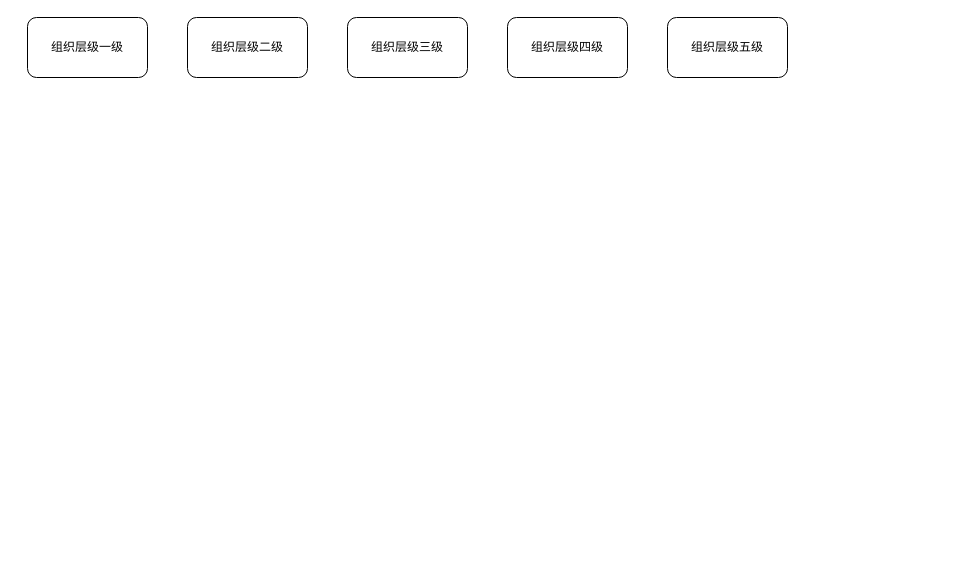
The draw.io diagram 组织层级.drawio in hmh38324/diagrams, before the edit. Source tidied: cells renumbered, new cells numbered last; positions are measured from the earlier drawing's top-left corner, leaving out a move shared by most shapes. Both pictures are drawn from the tidied source at 100%, with x=0, y=0 at pixel (27, 17).
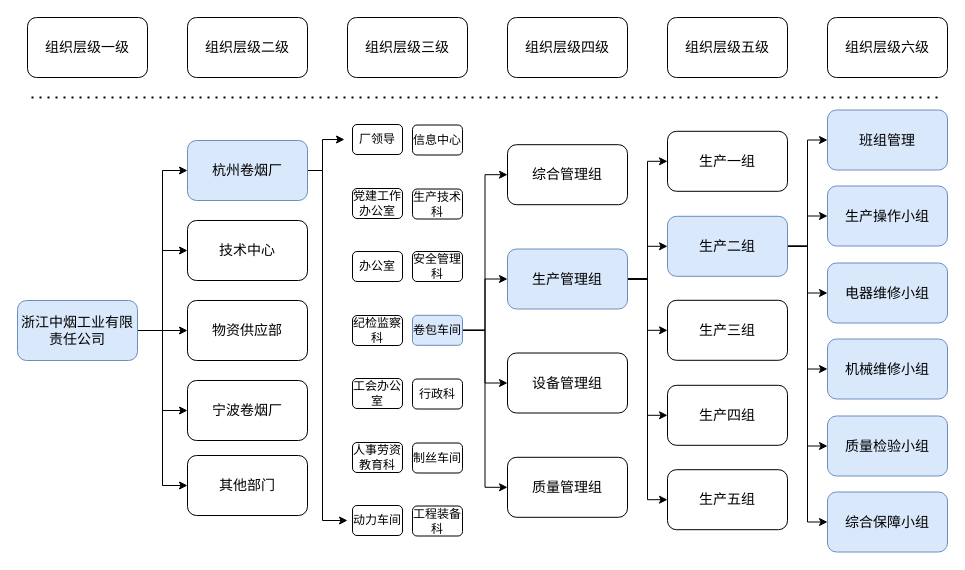
Above is the later version.

Commit message:
更新组织层级.drawio

What changed in the source:
```diff
@@
-    <mxCell id="2" value="组织层级一级" style="rounded=1;whiteSpace=wrap;html=1;" parent="1" vertex="1">
+    <mxCell id="2" value="组织层级一级" style="rounded=1;whiteSpace=wrap;html=1;fontSize=14;" parent="1" vertex="1">
       <mxGeometry width="120" height="60" as="geometry" />
     </mxCell>
-    <mxCell id="3" value="组织层级二级" style="rounded=1;whiteSpace=wrap;html=1;" parent="1" vertex="1">
+    <mxCell id="3" value="组织层级二级" style="rounded=1;whiteSpace=wrap;html=1;fontSize=14;" parent="1" vertex="1">
       <mxGeometry x="160" width="120" height="60" as="geometry" />
     </mxCell>
-    <mxCell id="4" value="组织层级三级" style="rounded=1;whiteSpace=wrap;html=1;" parent="1" vertex="1">
+    <mxCell id="4" value="组织层级三级" style="rounded=1;whiteSpace=wrap;html=1;fontSize=14;" parent="1" vertex="1">
       <mxGeometry x="320" width="120" height="60" as="geometry" />
     </mxCell>
-    <mxCell id="5" value="组织层级四级" style="rounded=1;whiteSpace=wrap;html=1;" parent="1" vertex="1">
+    <mxCell id="5" value="组织层级四级" style="rounded=1;whiteSpace=wrap;html=1;fontSize=14;" parent="1" vertex="1">
       <mxGeometry x="480" width="120" height="60" as="geometry" />
     </mxCell>
-    <mxCell id="6" value="组织层级五级" style="rounded=1;whiteSpace=wrap;html=1;" parent="1" vertex="1">
+    <mxCell id="6" value="组织层级五级" style="rounded=1;whiteSpace=wrap;html=1;fontSize=14;" parent="1" vertex="1">
       <mxGeometry x="640" width="120" height="60" as="geometry" />
     </mxCell>
+    <mxCell id="7" style="edgeStyle=orthogonalEdgeStyle;rounded=0;jettySize=auto;html=1;exitX=1;exitY=0.5;exitDx=0;exitDy=0;entryX=0;entryY=0.5;entryDx=0;entryDy=0;fontSize=14;" parent="1" edge="1" source="12" target="15">
+      <mxGeometry relative="1" as="geometry" />
+    </mxCell>
+    <mxCell id="8" style="edgeStyle=orthogonalEdgeStyle;rounded=0;jettySize=auto;html=1;exitX=1;exitY=0.5;exitDx=0;exitDy=0;entryX=0;entryY=0.5;entryDx=0;entryDy=0;fontSize=14;" parent="1" edge="1" source="12" target="16">
+      <mxGeometry relative="1" as="geometry" />
+    </mxCell>
+    <mxCell id="9" style="edgeStyle=orthogonalEdgeStyle;rounded=0;jettySize=auto;html=1;exitX=1;exitY=0.5;exitDx=0;exitDy=0;entryX=0;entryY=0.5;entryDx=0;entryDy=0;fontSize=14;" parent="1" edge="1" source="12" target="17">
+      <mxGeometry relative="1" as="geometry" />
+    </mxCell>
+    <mxCell id="10" style="edgeStyle=orthogonalEdgeStyle;rounded=0;jettySize=auto;html=1;exitX=1;exitY=0.5;exitDx=0;exitDy=0;entryX=0;entryY=0.5;entryDx=0;entryDy=0;fontSize=14;" parent="1" edge="1" source="12" target="18">
+      <mxGeometry relative="1" as="geometry" />
+    </mxCell>
+    <mxCell id="11" style="edgeStyle=orthogonalEdgeStyle;rounded=0;jettySize=auto;html=1;exitX=1;exitY=0.5;exitDx=0;exitDy=0;entryX=0;entryY=0.5;entryDx=0;entryDy=0;fontSize=14;" parent="1" edge="1" source="12" target="19">
+      <mxGeometry relative="1" as="geometry" />
+    </mxCell>
+    <mxCell id="12" value="浙江中烟工业有限责任公司" style="rounded=1;whiteSpace=wrap;html=1;fillColor=#dae8fc;strokeColor=#6c8ebf;fontSize=14;" parent="1" vertex="1">
+      <mxGeometry x="-10" y="283" width="120" height="60" as="geometry" />
+    </mxCell>
+    <mxCell id="13" style="edgeStyle=orthogonalEdgeStyle;rounded=0;orthogonalLoop=1;jettySize=auto;html=1;exitX=1;exitY=0.5;exitDx=0;exitDy=0;entryX=0;entryY=0.5;entryDx=0;entryDy=0;" parent="1" edge="1">
+      <mxGeometry relative="1" as="geometry">
+        <mxPoint x="272" y="153" as="sourcePoint" />
+        <mxPoint x="317" y="122" as="targetPoint" />
+        <Array as="points">
+          <mxPoint x="295" y="153" />
+          <mxPoint x="295" y="122" />
+        </Array>
+      </mxGeometry>
+    </mxCell>
+    <mxCell id="14" style="edgeStyle=orthogonalEdgeStyle;rounded=0;orthogonalLoop=1;jettySize=auto;html=1;exitX=1;exitY=0.5;exitDx=0;exitDy=0;" parent="1" edge="1">
+      <mxGeometry relative="1" as="geometry">
+        <mxPoint x="285" y="153" as="sourcePoint" />
+        <mxPoint x="320" y="503" as="targetPoint" />
+        <Array as="points">
+          <mxPoint x="295" y="153" />
+          <mxPoint x="295" y="503" />
+        </Array>
+      </mxGeometry>
+    </mxCell>
+    <mxCell id="15" value="杭州卷烟厂" style="rounded=1;whiteSpace=wrap;html=1;fillColor=#dae8fc;strokeColor=#6c8ebf;fontSize=14;" parent="1" vertex="1">
+      <mxGeometry x="160" y="123" width="120" height="60" as="geometry" />
+    </mxCell>
+    <mxCell id="16" value="技术中心" style="rounded=1;whiteSpace=wrap;html=1;fontSize=14;" parent="1" vertex="1">
+      <mxGeometry x="160" y="203" width="120" height="60" as="geometry" />
+    </mxCell>
+    <mxCell id="17" value="物资供应部" style="rounded=1;whiteSpace=wrap;html=1;fontSize=14;" parent="1" vertex="1">
+      <mxGeometry x="160" y="283" width="120" height="60" as="geometry" />
+    </mxCell>
+    <mxCell id="18" value="宁波卷烟厂" style="rounded=1;whiteSpace=wrap;html=1;fontSize=14;" parent="1" vertex="1">
+      <mxGeometry x="160" y="363" width="120" height="60" as="geometry" />
+    </mxCell>
+    <mxCell id="19" value="其他部门" style="rounded=1;whiteSpace=wrap;html=1;fontSize=14;" parent="1" vertex="1">
+      <mxGeometry x="160" y="438" width="120" height="60" as="geometry" />
+    </mxCell>
+    <mxCell id="20" value="厂领导" style="rounded=1;whiteSpace=wrap;html=1;fontSize=12;" parent="1" vertex="1">
+      <mxGeometry x="325" y="107" width="50" height="30" as="geometry" />
+    </mxCell>
+    <mxCell id="21" value="办公室" style="rounded=1;whiteSpace=wrap;html=1;fontSize=12;" parent="1" vertex="1">
+      <mxGeometry x="325" y="234" width="50" height="30" as="geometry" />
+    </mxCell>
+    <mxCell id="22" value="党建工作办公室" style="rounded=1;whiteSpace=wrap;html=1;fontSize=12;" parent="1" vertex="1">
+      <mxGeometry x="325" y="171" width="50" height="30" as="geometry" />
+    </mxCell>
+    <mxCell id="23" value="纪检监察科" style="rounded=1;whiteSpace=wrap;html=1;fontSize=12;" parent="1" vertex="1">
+      <mxGeometry x="325" y="298" width="50" height="30" as="geometry" />
+    </mxCell>
+    <mxCell id="24" value="工会办公室" style="rounded=1;whiteSpace=wrap;html=1;fontSize=12;" parent="1" vertex="1">
+      <mxGeometry x="325" y="361" width="50" height="30" as="geometry" />
+    </mxCell>
+    <mxCell id="25" value="人事劳资教育科" style="rounded=1;whiteSpace=wrap;html=1;fontSize=12;" parent="1" vertex="1">
+      <mxGeometry x="325" y="425" width="50" height="30" as="geometry" />
+    </mxCell>
+    <mxCell id="26" value="信息中心" style="rounded=1;whiteSpace=wrap;html=1;fontSize=12;" parent="1" vertex="1">
+      <mxGeometry x="385" y="107.5" width="50" height="30" as="geometry" />
+    </mxCell>
+    <mxCell id="27" value="生产技术科" style="rounded=1;whiteSpace=wrap;html=1;fontSize=12;" parent="1" vertex="1">
+      <mxGeometry x="385" y="171.5" width="50" height="30" as="geometry" />
+    </mxCell>
+    <mxCell id="28" value="工程装备科" style="rounded=1;whiteSpace=wrap;html=1;fontSize=12;" parent="1" vertex="1">
+      <mxGeometry x="385" y="488.5" width="50" height="30" as="geometry" />
+    </mxCell>
+    <mxCell id="29" value="安全管理科" style="rounded=1;whiteSpace=wrap;html=1;fontSize=12;" parent="1" vertex="1">
+      <mxGeometry x="385" y="234" width="50" height="30" as="geometry" />
+    </mxCell>
+    <mxCell id="30" value="行政科" style="rounded=1;whiteSpace=wrap;html=1;fontSize=12;" parent="1" vertex="1">
+      <mxGeometry x="385" y="361.5" width="50" height="30" as="geometry" />
+    </mxCell>
+    <mxCell id="31" value="制丝车间" style="rounded=1;whiteSpace=wrap;html=1;fontSize=12;" parent="1" vertex="1">
+      <mxGeometry x="385" y="425.5" width="50" height="30" as="geometry" />
+    </mxCell>
+    <mxCell id="32" style="edgeStyle=orthogonalEdgeStyle;rounded=0;jettySize=auto;html=1;exitX=1;exitY=0.5;exitDx=0;exitDy=0;entryX=0;entryY=0.5;entryDx=0;entryDy=0;" parent="1" edge="1" source="36" target="38">
+      <mxGeometry relative="1" as="geometry" />
+    </mxCell>
+    <mxCell id="33" style="edgeStyle=orthogonalEdgeStyle;rounded=0;jettySize=auto;html=1;exitX=1;exitY=0.5;exitDx=0;exitDy=0;entryX=0;entryY=0.5;entryDx=0;entryDy=0;" parent="1" edge="1" source="36" target="39">
+      <mxGeometry relative="1" as="geometry" />
+    </mxCell>
+    <mxCell id="34" style="edgeStyle=orthogonalEdgeStyle;rounded=0;jettySize=auto;html=1;exitX=1;exitY=0.5;exitDx=0;exitDy=0;entryX=0;entryY=0.5;entryDx=0;entryDy=0;" parent="1" edge="1" source="36" target="40">
+      <mxGeometry relative="1" as="geometry" />
+    </mxCell>
+    <mxCell id="35" style="edgeStyle=orthogonalEdgeStyle;rounded=0;jettySize=auto;html=1;exitX=1;exitY=0.5;exitDx=0;exitDy=0;entryX=0;entryY=0.5;entryDx=0;entryDy=0;" parent="1" edge="1" source="36" target="46">
+      <mxGeometry relative="1" as="geometry" />
+    </mxCell>
+    <mxCell id="36" value="卷包车间" style="rounded=1;whiteSpace=wrap;html=1;fillColor=#dae8fc;strokeColor=#6c8ebf;fontSize=12;" parent="1" vertex="1">
+      <mxGeometry x="385" y="297.8" width="50" height="30" as="geometry" />
+    </mxCell>
+    <mxCell id="37" value="动力车间" style="rounded=1;whiteSpace=wrap;html=1;fontSize=12;" parent="1" vertex="1">
+      <mxGeometry x="325" y="488" width="50" height="30" as="geometry" />
+    </mxCell>
+    <mxCell id="38" value="综合管理组" style="rounded=1;whiteSpace=wrap;html=1;fontSize=14;" parent="1" vertex="1">
+      <mxGeometry x="480" y="127.2" width="120" height="60" as="geometry" />
+    </mxCell>
+    <mxCell id="39" value="设备管理组" style="rounded=1;whiteSpace=wrap;html=1;fontSize=14;" parent="1" vertex="1">
+      <mxGeometry x="480" y="335.5" width="120" height="60" as="geometry" />
+    </mxCell>
+    <mxCell id="40" value="质量管理组" style="rounded=1;whiteSpace=wrap;html=1;fontSize=14;" parent="1" vertex="1">
+      <mxGeometry x="480" y="439.8" width="120" height="60" as="geometry" />
+    </mxCell>
+    <mxCell id="41" style="edgeStyle=orthogonalEdgeStyle;rounded=0;jettySize=auto;html=1;exitX=1;exitY=0.5;exitDx=0;exitDy=0;entryX=0;entryY=0.5;entryDx=0;entryDy=0;" parent="1" edge="1" source="46" target="47">
+      <mxGeometry relative="1" as="geometry" />
+    </mxCell>
+    <mxCell id="42" style="edgeStyle=orthogonalEdgeStyle;rounded=0;jettySize=auto;html=1;exitX=1;exitY=0.5;exitDx=0;exitDy=0;entryX=0;entryY=0.5;entryDx=0;entryDy=0;" parent="1" edge="1" source="46" target="54">
+      <mxGeometry relative="1" as="geometry" />
+    </mxCell>
+    <mxCell id="43" style="edgeStyle=orthogonalEdgeStyle;rounded=0;jettySize=auto;html=1;exitX=1;exitY=0.5;exitDx=0;exitDy=0;entryX=0;entryY=0.5;entryDx=0;entryDy=0;" parent="1" edge="1" source="46" target="55">
+      <mxGeometry relative="1" as="geometry" />
+    </mxCell>
+    <mxCell id="44" style="edgeStyle=orthogonalEdgeStyle;rounded=0;jettySize=auto;html=1;exitX=1;exitY=0.5;exitDx=0;exitDy=0;entryX=0;entryY=0.5;entryDx=0;entryDy=0;" parent="1" edge="1" source="46" target="56">
+      <mxGeometry relative="1" as="geometry" />
+    </mxCell>
+    <mxCell id="45" style="edgeStyle=orthogonalEdgeStyle;rounded=0;jettySize=auto;html=1;exitX=1;exitY=0.5;exitDx=0;exitDy=0;entryX=0;entryY=0.5;entryDx=0;entryDy=0;" parent="1" edge="1" source="46" target="57">
+      <mxGeometry relative="1" as="geometry" />
+    </mxCell>
+    <mxCell id="46" value="生产管理组" style="rounded=1;whiteSpace=wrap;html=1;fillColor=#dae8fc;strokeColor=#6c8ebf;fontSize=14;" parent="1" vertex="1">
+      <mxGeometry x="480" y="231.5" width="120" height="60" as="geometry" />
+    </mxCell>
+    <mxCell id="47" value="生产一组" style="rounded=1;whiteSpace=wrap;html=1;fontSize=14;" parent="1" vertex="1">
+      <mxGeometry x="640" y="113.8" width="120" height="60" as="geometry" />
+    </mxCell>
+    <mxCell id="48" style="edgeStyle=orthogonalEdgeStyle;rounded=0;jettySize=auto;html=1;exitX=1;exitY=0.5;exitDx=0;exitDy=0;entryX=0;entryY=0.5;entryDx=0;entryDy=0;" parent="1" edge="1" source="54" target="58">
+      <mxGeometry relative="1" as="geometry" />
+    </mxCell>
+    <mxCell id="49" style="edgeStyle=orthogonalEdgeStyle;rounded=0;jettySize=auto;html=1;exitX=1;exitY=0.5;exitDx=0;exitDy=0;entryX=0;entryY=0.5;entryDx=0;entryDy=0;" parent="1" edge="1" source="54" target="59">
+      <mxGeometry relative="1" as="geometry" />
+    </mxCell>
+    <mxCell id="50" style="edgeStyle=orthogonalEdgeStyle;rounded=0;jettySize=auto;html=1;exitX=1;exitY=0.5;exitDx=0;exitDy=0;entryX=0;entryY=0.5;entryDx=0;entryDy=0;" parent="1" edge="1" source="54" target="60">
+      <mxGeometry relative="1" as="geometry" />
+    </mxCell>
+    <mxCell id="51" style="edgeStyle=orthogonalEdgeStyle;rounded=0;jettySize=auto;html=1;exitX=1;exitY=0.5;exitDx=0;exitDy=0;entryX=0;entryY=0.5;entryDx=0;entryDy=0;" parent="1" edge="1" source="54" target="61">
+      <mxGeometry relative="1" as="geometry" />
+    </mxCell>
+    <mxCell id="52" style="edgeStyle=orthogonalEdgeStyle;rounded=0;jettySize=auto;html=1;exitX=1;exitY=0.5;exitDx=0;exitDy=0;entryX=0;entryY=0.5;entryDx=0;entryDy=0;" parent="1" edge="1" source="54" target="62">
+      <mxGeometry relative="1" as="geometry" />
+    </mxCell>
+    <mxCell id="53" style="edgeStyle=orthogonalEdgeStyle;rounded=0;jettySize=auto;html=1;exitX=1;exitY=0.5;exitDx=0;exitDy=0;entryX=0;entryY=0.5;entryDx=0;entryDy=0;" parent="1" edge="1" source="54" target="63">
+      <mxGeometry relative="1" as="geometry" />
+    </mxCell>
+    <mxCell id="54" value="生产二组" style="rounded=1;whiteSpace=wrap;html=1;fillColor=#dae8fc;strokeColor=#6c8ebf;fontSize=14;" parent="1" vertex="1">
+      <mxGeometry x="640" y="198.8" width="120" height="60" as="geometry" />
+    </mxCell>
+    <mxCell id="55" value="生产三组" style="rounded=1;whiteSpace=wrap;html=1;fontSize=14;" parent="1" vertex="1">
+      <mxGeometry x="640" y="282.8" width="120" height="60" as="geometry" />
+    </mxCell>
+    <mxCell id="56" value="生产四组" style="rounded=1;whiteSpace=wrap;html=1;fontSize=14;" parent="1" vertex="1">
+      <mxGeometry x="640" y="367.8" width="120" height="60" as="geometry" />
+    </mxCell>
+    <mxCell id="57" value="生产五组" style="rounded=1;whiteSpace=wrap;html=1;fontSize=14;" parent="1" vertex="1">
+      <mxGeometry x="640" y="452.2" width="120" height="60" as="geometry" />
+    </mxCell>
+    <mxCell id="58" value="&lt;div style=&quot;text-align: start;&quot;&gt;班组管理&lt;/div&gt;" style="rounded=1;whiteSpace=wrap;html=1;fillColor=#dae8fc;strokeColor=#6c8ebf;fontSize=14;" parent="1" vertex="1">
+      <mxGeometry x="800" y="92.5" width="120" height="60" as="geometry" />
+    </mxCell>
+    <mxCell id="59" value="生产操作小组" style="rounded=1;whiteSpace=wrap;html=1;fillColor=#dae8fc;strokeColor=#6c8ebf;fontSize=14;" parent="1" vertex="1">
+      <mxGeometry x="800" y="168.5" width="120" height="60" as="geometry" />
+    </mxCell>
+    <mxCell id="60" value="电器维修小组" style="rounded=1;whiteSpace=wrap;html=1;fillColor=#dae8fc;strokeColor=#6c8ebf;fontSize=14;" parent="1" vertex="1">
+      <mxGeometry x="800" y="245.5" width="120" height="60" as="geometry" />
+    </mxCell>
+    <mxCell id="61" value="机械维修小组" style="rounded=1;whiteSpace=wrap;html=1;fillColor=#dae8fc;strokeColor=#6c8ebf;fontSize=14;" parent="1" vertex="1">
+      <mxGeometry x="800" y="321.5" width="120" height="60" as="geometry" />
+    </mxCell>
+    <mxCell id="62" value="质量检验小组" style="rounded=1;whiteSpace=wrap;html=1;fillColor=#dae8fc;strokeColor=#6c8ebf;fontSize=14;" parent="1" vertex="1">
+      <mxGeometry x="800" y="398.5" width="120" height="60" as="geometry" />
+    </mxCell>
+    <mxCell id="63" value="综合保障小组" style="rounded=1;whiteSpace=wrap;html=1;fillColor=#dae8fc;strokeColor=#6c8ebf;fontSize=14;" parent="1" vertex="1">
+      <mxGeometry x="800" y="474.5" width="120" height="60" as="geometry" />
+    </mxCell>
+    <mxCell id="64" value="组织层级六级" style="rounded=1;whiteSpace=wrap;html=1;fontSize=14;" parent="1" vertex="1">
+      <mxGeometry x="800" width="120" height="60" as="geometry" />
+    </mxCell>
+    <mxCell id="65" style="endArrow=none;dashed=1;html=1;dashPattern=1 3;strokeWidth=2;rounded=0;fontSize=14;" parent="1" edge="1">
+      <mxGeometry relative="1" as="geometry">
+        <mxPoint x="4" y="80" as="sourcePoint" />
+        <mxPoint x="914" y="80" as="targetPoint" />
+      </mxGeometry>
+    </mxCell>
```
